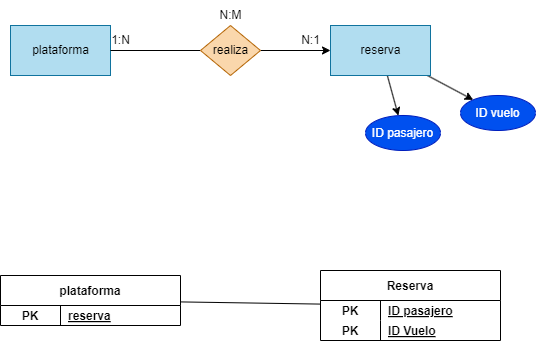
ResetMeNow/DAW keeps this draw.io diagram as BAE/Tareas/Unidad2/Images/Ejercicio22.drawio.png. Above is the earlier version. Source tidied: cells renumbered, new cells last; positions are measured from the earlier drawing's top-left corner, leaving out a move shared by most shapes. Source of this version:
```xml
<mxGraphModel>
  <root>
    <mxCell id="0" />
    <mxCell id="1" parent="0" />
    <mxCell id="2" style="edgeStyle=none;html=1;endArrow=none;endFill=0;" parent="1" edge="1" source="3" target="20">
      <mxGeometry relative="1" as="geometry" />
    </mxCell>
    <mxCell id="3" value="Reserva" style="shape=table;startSize=30;rowLines=0;fontStyle=1;align=center;" parent="1" vertex="1">
      <mxGeometry x="320" y="270" width="180" height="70" as="geometry" />
    </mxCell>
    <mxCell id="4" style="shape=tableRow;horizontal=0;startSize=0;swimlaneHead=0;swimlaneBody=0;fillColor=none;top=0;left=0;right=0;bottom=0;" parent="3" vertex="1">
      <mxGeometry y="30" width="180" height="20" as="geometry" />
    </mxCell>
    <mxCell id="5" value="PK" style="shape=partialRectangle;fillColor=none;top=0;left=0;bottom=0;right=0;fontStyle=1;overflow=hidden;" parent="4" vertex="1">
      <mxGeometry width="60" height="20" as="geometry" />
    </mxCell>
    <mxCell id="6" value="ID pasajero" style="shape=partialRectangle;fillColor=none;top=0;left=0;bottom=0;right=0;align=left;spacingLeft=6;fontStyle=5;overflow=hidden;" parent="4" vertex="1">
      <mxGeometry x="60" width="120" height="20" as="geometry" />
    </mxCell>
    <mxCell id="7" style="shape=tableRow;horizontal=0;startSize=0;swimlaneHead=0;swimlaneBody=0;fillColor=none;top=0;left=0;right=0;bottom=0;" parent="3" vertex="1">
      <mxGeometry y="50" width="180" height="20" as="geometry" />
    </mxCell>
    <mxCell id="8" value="PK" style="shape=partialRectangle;fillColor=none;top=0;left=0;bottom=0;right=0;fontStyle=1;overflow=hidden;" parent="7" vertex="1">
      <mxGeometry width="60" height="20" as="geometry" />
    </mxCell>
    <mxCell id="9" value="ID Vuelo" style="shape=partialRectangle;fillColor=none;top=0;left=0;bottom=0;right=0;align=left;spacingLeft=6;fontStyle=5;overflow=hidden;" parent="7" vertex="1">
      <mxGeometry x="60" width="120" height="20" as="geometry" />
    </mxCell>
    <mxCell id="10" value="plataforma" style="html=1;dashed=0;whitespace=wrap;fillColor=#b1ddf0;strokeColor=#10739e;" parent="1" vertex="1">
      <mxGeometry x="10" y="25" width="100" height="50" as="geometry" />
    </mxCell>
    <mxCell id="11" style="edgeStyle=none;html=1;" parent="1" edge="1" source="13" target="24">
      <mxGeometry relative="1" as="geometry" />
    </mxCell>
    <mxCell id="12" style="edgeStyle=none;html=1;" parent="1" edge="1" source="13" target="25">
      <mxGeometry relative="1" as="geometry" />
    </mxCell>
    <mxCell id="13" value="reserva" style="html=1;dashed=0;whitespace=wrap;fillColor=#b1ddf0;strokeColor=#10739e;" parent="1" vertex="1">
      <mxGeometry x="330" y="25" width="100" height="50" as="geometry" />
    </mxCell>
    <mxCell id="14" style="edgeStyle=none;html=1;entryX=0;entryY=0.5;entryDx=0;entryDy=0;endArrow=classic;endFill=1;" parent="1" edge="1" source="16" target="13">
      <mxGeometry relative="1" as="geometry" />
    </mxCell>
    <mxCell id="15" style="edgeStyle=none;html=1;entryX=1;entryY=0.5;entryDx=0;entryDy=0;endArrow=none;endFill=0;" parent="1" edge="1" source="16" target="10">
      <mxGeometry relative="1" as="geometry" />
    </mxCell>
    <mxCell id="16" value="realiza" style="shape=rhombus;html=1;dashed=0;whitespace=wrap;perimeter=rhombusPerimeter;fillColor=#fad7ac;strokeColor=#b46504;" parent="1" vertex="1">
      <mxGeometry x="200" y="25" width="60" height="50" as="geometry" />
    </mxCell>
    <mxCell id="17" value="1:N" style="text;html=1;align=center;verticalAlign=middle;strokeColor=none;fillColor=none;" parent="1" vertex="1">
      <mxGeometry x="100" y="25" width="40" height="30" as="geometry" />
    </mxCell>
    <mxCell id="18" value="N:1" style="text;html=1;align=center;verticalAlign=middle;strokeColor=none;fillColor=none;" parent="1" vertex="1">
      <mxGeometry x="290" y="25" width="40" height="30" as="geometry" />
    </mxCell>
    <mxCell id="19" value="N:M" style="text;html=1;align=center;verticalAlign=middle;strokeColor=none;fillColor=none;" parent="1" vertex="1">
      <mxGeometry x="205" width="50" height="30" as="geometry" />
    </mxCell>
    <mxCell id="20" value="plataforma" style="shape=table;startSize=30;rowLines=0;fontStyle=1;align=center;" parent="1" vertex="1">
      <mxGeometry y="275" width="180" height="50" as="geometry" />
    </mxCell>
    <mxCell id="21" style="shape=tableRow;horizontal=0;startSize=0;swimlaneHead=0;swimlaneBody=0;fillColor=none;top=0;left=0;right=0;bottom=0;" parent="20" vertex="1">
      <mxGeometry y="30" width="180" height="20" as="geometry" />
    </mxCell>
    <mxCell id="22" value="PK" style="shape=partialRectangle;fillColor=none;top=0;left=0;bottom=0;right=0;fontStyle=1;overflow=hidden;" parent="21" vertex="1">
      <mxGeometry width="60" height="20" as="geometry" />
    </mxCell>
    <mxCell id="23" value="reserva" style="shape=partialRectangle;fillColor=none;top=0;left=0;bottom=0;right=0;align=left;spacingLeft=6;fontStyle=5;overflow=hidden;" parent="21" vertex="1">
      <mxGeometry x="60" width="120" height="20" as="geometry" />
    </mxCell>
    <mxCell id="24" value="ID pasajero" style="ellipse;whiteSpace=wrap;html=1;fillColor=#0050ef;strokeColor=#001DBC;dashed=0;fontColor=#ffffff;" parent="1" vertex="1">
      <mxGeometry x="365" y="115" width="75" height="35" as="geometry" />
    </mxCell>
    <mxCell id="25" value="ID vuelo" style="ellipse;whiteSpace=wrap;html=1;fillColor=#0050ef;strokeColor=#001DBC;dashed=0;fontColor=#ffffff;" parent="1" vertex="1">
      <mxGeometry x="460" y="95" width="75" height="35" as="geometry" />
    </mxCell>
  </root>
</mxGraphModel>
```
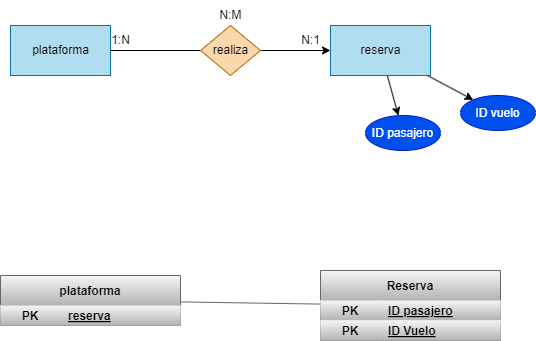
After the change.

The edit, as a diff of the source:
```diff
@@ -2,28 +2,28 @@
   <root>
     <mxCell id="0" />
     <mxCell id="1" parent="0" />
-    <mxCell id="2" style="edgeStyle=none;html=1;endArrow=none;endFill=0;" parent="1" edge="1" source="3" target="20">
+    <mxCell id="2" style="edgeStyle=none;html=1;endArrow=none;endFill=0;fillColor=#f5f5f5;gradientColor=#b3b3b3;strokeColor=#666666;" parent="1" edge="1" source="3" target="20">
       <mxGeometry relative="1" as="geometry" />
     </mxCell>
-    <mxCell id="3" value="Reserva" style="shape=table;startSize=30;rowLines=0;fontStyle=1;align=center;" parent="1" vertex="1">
+    <mxCell id="3" value="Reserva" style="shape=table;startSize=30;rowLines=0;fontStyle=1;align=center;fillColor=#f5f5f5;gradientColor=#b3b3b3;strokeColor=#666666;" parent="1" vertex="1">
       <mxGeometry x="320" y="270" width="180" height="70" as="geometry" />
     </mxCell>
-    <mxCell id="4" style="shape=tableRow;horizontal=0;startSize=0;swimlaneHead=0;swimlaneBody=0;fillColor=none;top=0;left=0;right=0;bottom=0;" parent="3" vertex="1">
+    <mxCell id="4" style="shape=tableRow;horizontal=0;startSize=0;swimlaneHead=0;swimlaneBody=0;fillColor=#f5f5f5;top=0;left=0;right=0;bottom=0;gradientColor=#b3b3b3;strokeColor=#666666;" parent="3" vertex="1">
       <mxGeometry y="30" width="180" height="20" as="geometry" />
     </mxCell>
-    <mxCell id="5" value="PK" style="shape=partialRectangle;fillColor=none;top=0;left=0;bottom=0;right=0;fontStyle=1;overflow=hidden;" parent="4" vertex="1">
+    <mxCell id="5" value="PK" style="shape=partialRectangle;fillColor=#f5f5f5;top=0;left=0;bottom=0;right=0;fontStyle=1;overflow=hidden;gradientColor=#b3b3b3;strokeColor=#666666;" parent="4" vertex="1">
       <mxGeometry width="60" height="20" as="geometry" />
     </mxCell>
-    <mxCell id="6" value="ID pasajero" style="shape=partialRectangle;fillColor=none;top=0;left=0;bottom=0;right=0;align=left;spacingLeft=6;fontStyle=5;overflow=hidden;" parent="4" vertex="1">
+    <mxCell id="6" value="ID pasajero" style="shape=partialRectangle;fillColor=#f5f5f5;top=0;left=0;bottom=0;right=0;align=left;spacingLeft=6;fontStyle=5;overflow=hidden;gradientColor=#b3b3b3;strokeColor=#666666;" parent="4" vertex="1">
       <mxGeometry x="60" width="120" height="20" as="geometry" />
     </mxCell>
-    <mxCell id="7" style="shape=tableRow;horizontal=0;startSize=0;swimlaneHead=0;swimlaneBody=0;fillColor=none;top=0;left=0;right=0;bottom=0;" parent="3" vertex="1">
+    <mxCell id="7" style="shape=tableRow;horizontal=0;startSize=0;swimlaneHead=0;swimlaneBody=0;fillColor=#f5f5f5;top=0;left=0;right=0;bottom=0;gradientColor=#b3b3b3;strokeColor=#666666;" parent="3" vertex="1">
       <mxGeometry y="50" width="180" height="20" as="geometry" />
     </mxCell>
-    <mxCell id="8" value="PK" style="shape=partialRectangle;fillColor=none;top=0;left=0;bottom=0;right=0;fontStyle=1;overflow=hidden;" parent="7" vertex="1">
+    <mxCell id="8" value="PK" style="shape=partialRectangle;fillColor=#f5f5f5;top=0;left=0;bottom=0;right=0;fontStyle=1;overflow=hidden;gradientColor=#b3b3b3;strokeColor=#666666;" parent="7" vertex="1">
       <mxGeometry width="60" height="20" as="geometry" />
     </mxCell>
-    <mxCell id="9" value="ID Vuelo" style="shape=partialRectangle;fillColor=none;top=0;left=0;bottom=0;right=0;align=left;spacingLeft=6;fontStyle=5;overflow=hidden;" parent="7" vertex="1">
+    <mxCell id="9" value="ID Vuelo" style="shape=partialRectangle;fillColor=#f5f5f5;top=0;left=0;bottom=0;right=0;align=left;spacingLeft=6;fontStyle=5;overflow=hidden;gradientColor=#b3b3b3;strokeColor=#666666;" parent="7" vertex="1">
       <mxGeometry x="60" width="120" height="20" as="geometry" />
     </mxCell>
     <mxCell id="10" value="plataforma" style="html=1;dashed=0;whitespace=wrap;fillColor=#b1ddf0;strokeColor=#10739e;" parent="1" vertex="1">
@@ -56,16 +56,16 @@
     <mxCell id="19" value="N:M" style="text;html=1;align=center;verticalAlign=middle;strokeColor=none;fillColor=none;" parent="1" vertex="1">
       <mxGeometry x="205" width="50" height="30" as="geometry" />
     </mxCell>
-    <mxCell id="20" value="plataforma" style="shape=table;startSize=30;rowLines=0;fontStyle=1;align=center;" parent="1" vertex="1">
+    <mxCell id="20" value="plataforma" style="shape=table;startSize=30;rowLines=0;fontStyle=1;align=center;fillColor=#f5f5f5;gradientColor=#b3b3b3;strokeColor=#666666;" parent="1" vertex="1">
       <mxGeometry y="275" width="180" height="50" as="geometry" />
     </mxCell>
-    <mxCell id="21" style="shape=tableRow;horizontal=0;startSize=0;swimlaneHead=0;swimlaneBody=0;fillColor=none;top=0;left=0;right=0;bottom=0;" parent="20" vertex="1">
+    <mxCell id="21" style="shape=tableRow;horizontal=0;startSize=0;swimlaneHead=0;swimlaneBody=0;fillColor=#f5f5f5;top=0;left=0;right=0;bottom=0;gradientColor=#b3b3b3;strokeColor=#666666;" parent="20" vertex="1">
       <mxGeometry y="30" width="180" height="20" as="geometry" />
     </mxCell>
-    <mxCell id="22" value="PK" style="shape=partialRectangle;fillColor=none;top=0;left=0;bottom=0;right=0;fontStyle=1;overflow=hidden;" parent="21" vertex="1">
+    <mxCell id="22" value="PK" style="shape=partialRectangle;fillColor=#f5f5f5;top=0;left=0;bottom=0;right=0;fontStyle=1;overflow=hidden;gradientColor=#b3b3b3;strokeColor=#666666;" parent="21" vertex="1">
       <mxGeometry width="60" height="20" as="geometry" />
     </mxCell>
-    <mxCell id="23" value="reserva" style="shape=partialRectangle;fillColor=none;top=0;left=0;bottom=0;right=0;align=left;spacingLeft=6;fontStyle=5;overflow=hidden;" parent="21" vertex="1">
+    <mxCell id="23" value="reserva" style="shape=partialRectangle;fillColor=#f5f5f5;top=0;left=0;bottom=0;right=0;align=left;spacingLeft=6;fontStyle=5;overflow=hidden;gradientColor=#b3b3b3;strokeColor=#666666;" parent="21" vertex="1">
       <mxGeometry x="60" width="120" height="20" as="geometry" />
     </mxCell>
     <mxCell id="24" value="ID pasajero" style="ellipse;whiteSpace=wrap;html=1;fillColor=#0050ef;strokeColor=#001DBC;dashed=0;fontColor=#ffffff;" parent="1" vertex="1">
```
